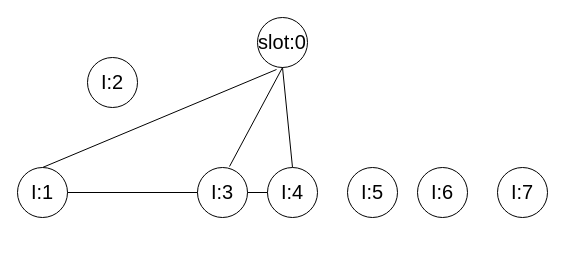
Above: 未命名绘图.drawio in liweizhen111/markdownTest (draw.io), before the change. Source tidied: cells renumbered, new cells numbered last; positions are measured from the earlier drawing's top-left corner, leaving out a move shared by most shapes. Both pictures are drawn from the tidied source at 100%, with x=0, y=0 at pixel (17, 17).
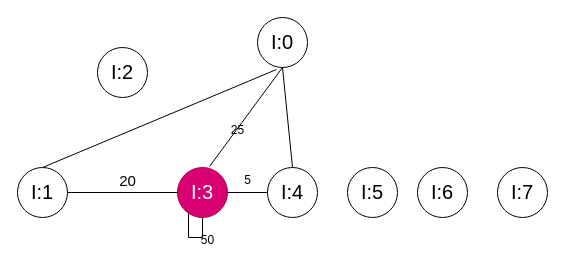
Above is the later version.

Commit message:
更新未命名绘图.drawio

The edit, as a diff of the source:
```diff
@@
-    <mxCell id="4" value="&lt;font face=&quot;Helvetica&quot;&gt;slot:0&lt;/font&gt;" style="ellipse;whiteSpace=wrap;html=1;hachureGap=4;fontFamily=Architects Daughter;fontSize=20;shadow=0;" parent="1" vertex="1">
+    <mxCell id="4" value="&lt;font face=&quot;Helvetica&quot;&gt;I:0&lt;/font&gt;" style="ellipse;whiteSpace=wrap;html=1;hachureGap=4;fontFamily=Architects Daughter;fontSize=20;shadow=0;" parent="1" vertex="1">
       <mxGeometry x="240" width="50" height="50" as="geometry" />
     </mxCell>
     <mxCell id="5" value="&lt;font face=&quot;Helvetica&quot;&gt;I:2&lt;/font&gt;" style="ellipse;whiteSpace=wrap;html=1;hachureGap=4;fontFamily=Architects Daughter;fontSize=20;shadow=0;" parent="1" vertex="1">
-      <mxGeometry x="70" y="40" width="50" height="50" as="geometry" />
+      <mxGeometry x="80" y="30" width="50" height="50" as="geometry" />
     </mxCell>
@@
+    <mxCell id="15" style="edgeStyle=orthogonalEdgeStyle;rounded=0;orthogonalLoop=1;jettySize=auto;html=1;entryX=0;entryY=1;entryDx=0;entryDy=0;" parent="1" edge="1" source="8" target="8">
+      <mxGeometry relative="1" as="geometry">
+        <Array as="points">
+          <mxPoint x="185" y="220" />
+          <mxPoint x="171" y="220" />
+          <mxPoint x="171" y="193" />
+        </Array>
+      </mxGeometry>
+    </mxCell>
-    <mxCell id="8" value="&lt;font face=&quot;Helvetica&quot;&gt;I:3&lt;/font&gt;" style="ellipse;whiteSpace=wrap;html=1;hachureGap=4;fontFamily=Architects Daughter;fontSize=20;shadow=0;" parent="1" vertex="1">
-      <mxGeometry x="180" y="150" width="50" height="50" as="geometry" />
+    <mxCell id="8" value="&lt;font face=&quot;Helvetica&quot;&gt;I:3&lt;/font&gt;" style="ellipse;whiteSpace=wrap;html=1;hachureGap=4;fontFamily=Architects Daughter;fontSize=20;shadow=0;fillColor=#d80073;strokeColor=#A50040;fontColor=#ffffff;" parent="1" vertex="1">
+      <mxGeometry x="160" y="150" width="50" height="50" as="geometry" />
     </mxCell>
@@
+    <mxCell id="16" value="&lt;font style=&quot;vertical-align: inherit; font-size: 15px;&quot;&gt;&lt;font style=&quot;vertical-align: inherit; font-size: 15px;&quot;&gt;&lt;font style=&quot;vertical-align: inherit; font-size: 15px;&quot;&gt;&lt;font style=&quot;vertical-align: inherit; font-size: 15px;&quot;&gt;20&lt;/font&gt;&lt;/font&gt;&lt;/font&gt;&lt;/font&gt;" style="text;html=1;align=center;verticalAlign=middle;strokeColor=none;fillColor=none;" parent="1" vertex="1">
+      <mxGeometry x="90" y="148" width="40" height="30" as="geometry" />
+    </mxCell>
+    <mxCell id="17" value="25" style="text;html=1;align=center;verticalAlign=middle;strokeColor=none;fillColor=none;" parent="1" vertex="1">
+      <mxGeometry x="200" y="98" width="40" height="30" as="geometry" />
+    </mxCell>
+    <mxCell id="18" value="5" style="text;html=1;align=center;verticalAlign=middle;strokeColor=none;fillColor=none;" parent="1" vertex="1">
+      <mxGeometry x="215" y="148" width="30" height="30" as="geometry" />
+    </mxCell>
+    <mxCell id="19" value="50&lt;br&gt;" style="text;html=1;align=center;verticalAlign=middle;strokeColor=none;fillColor=none;" parent="1" vertex="1">
+      <mxGeometry x="170" y="208" width="40" height="30" as="geometry" />
+    </mxCell>
```
